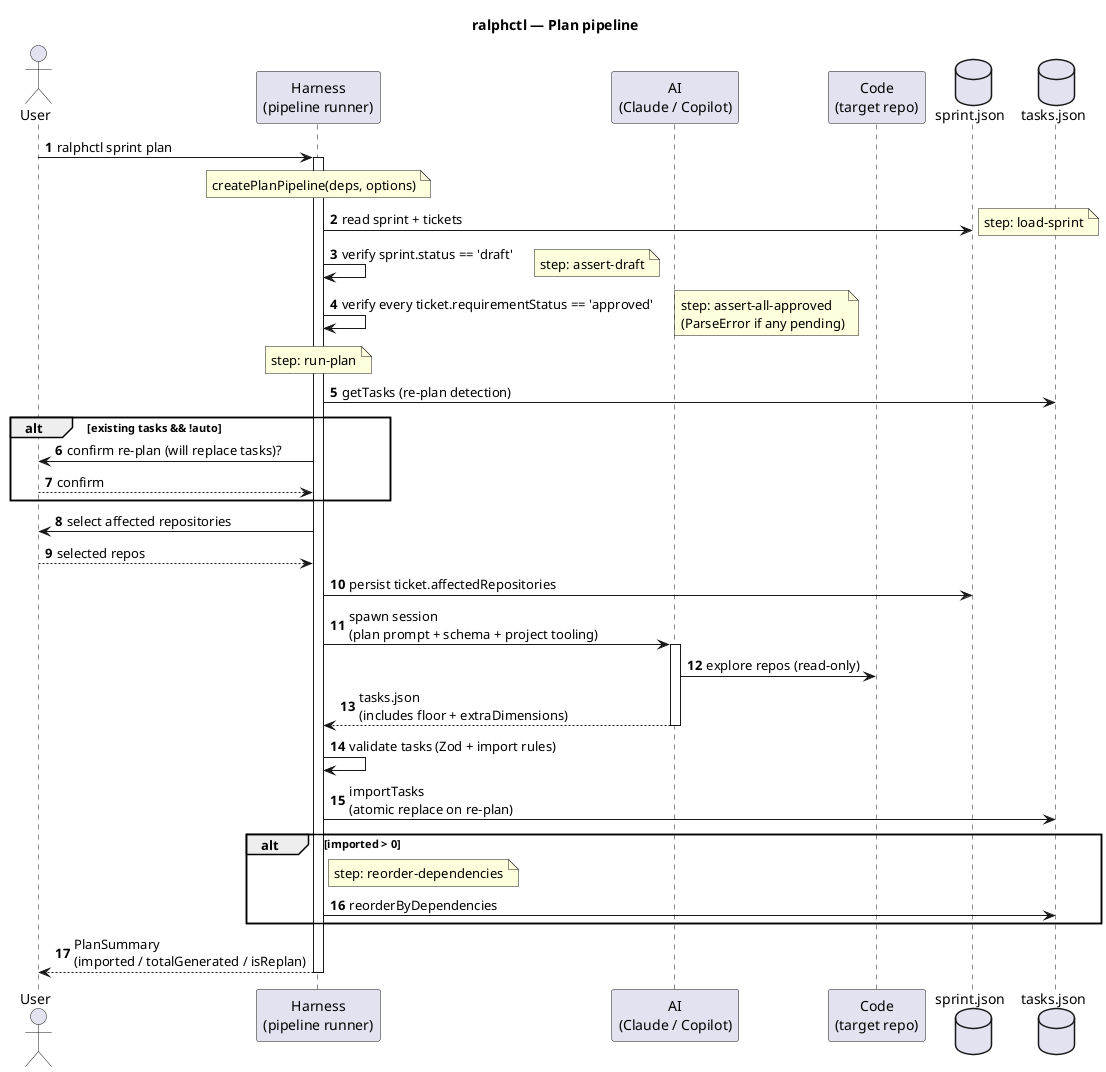
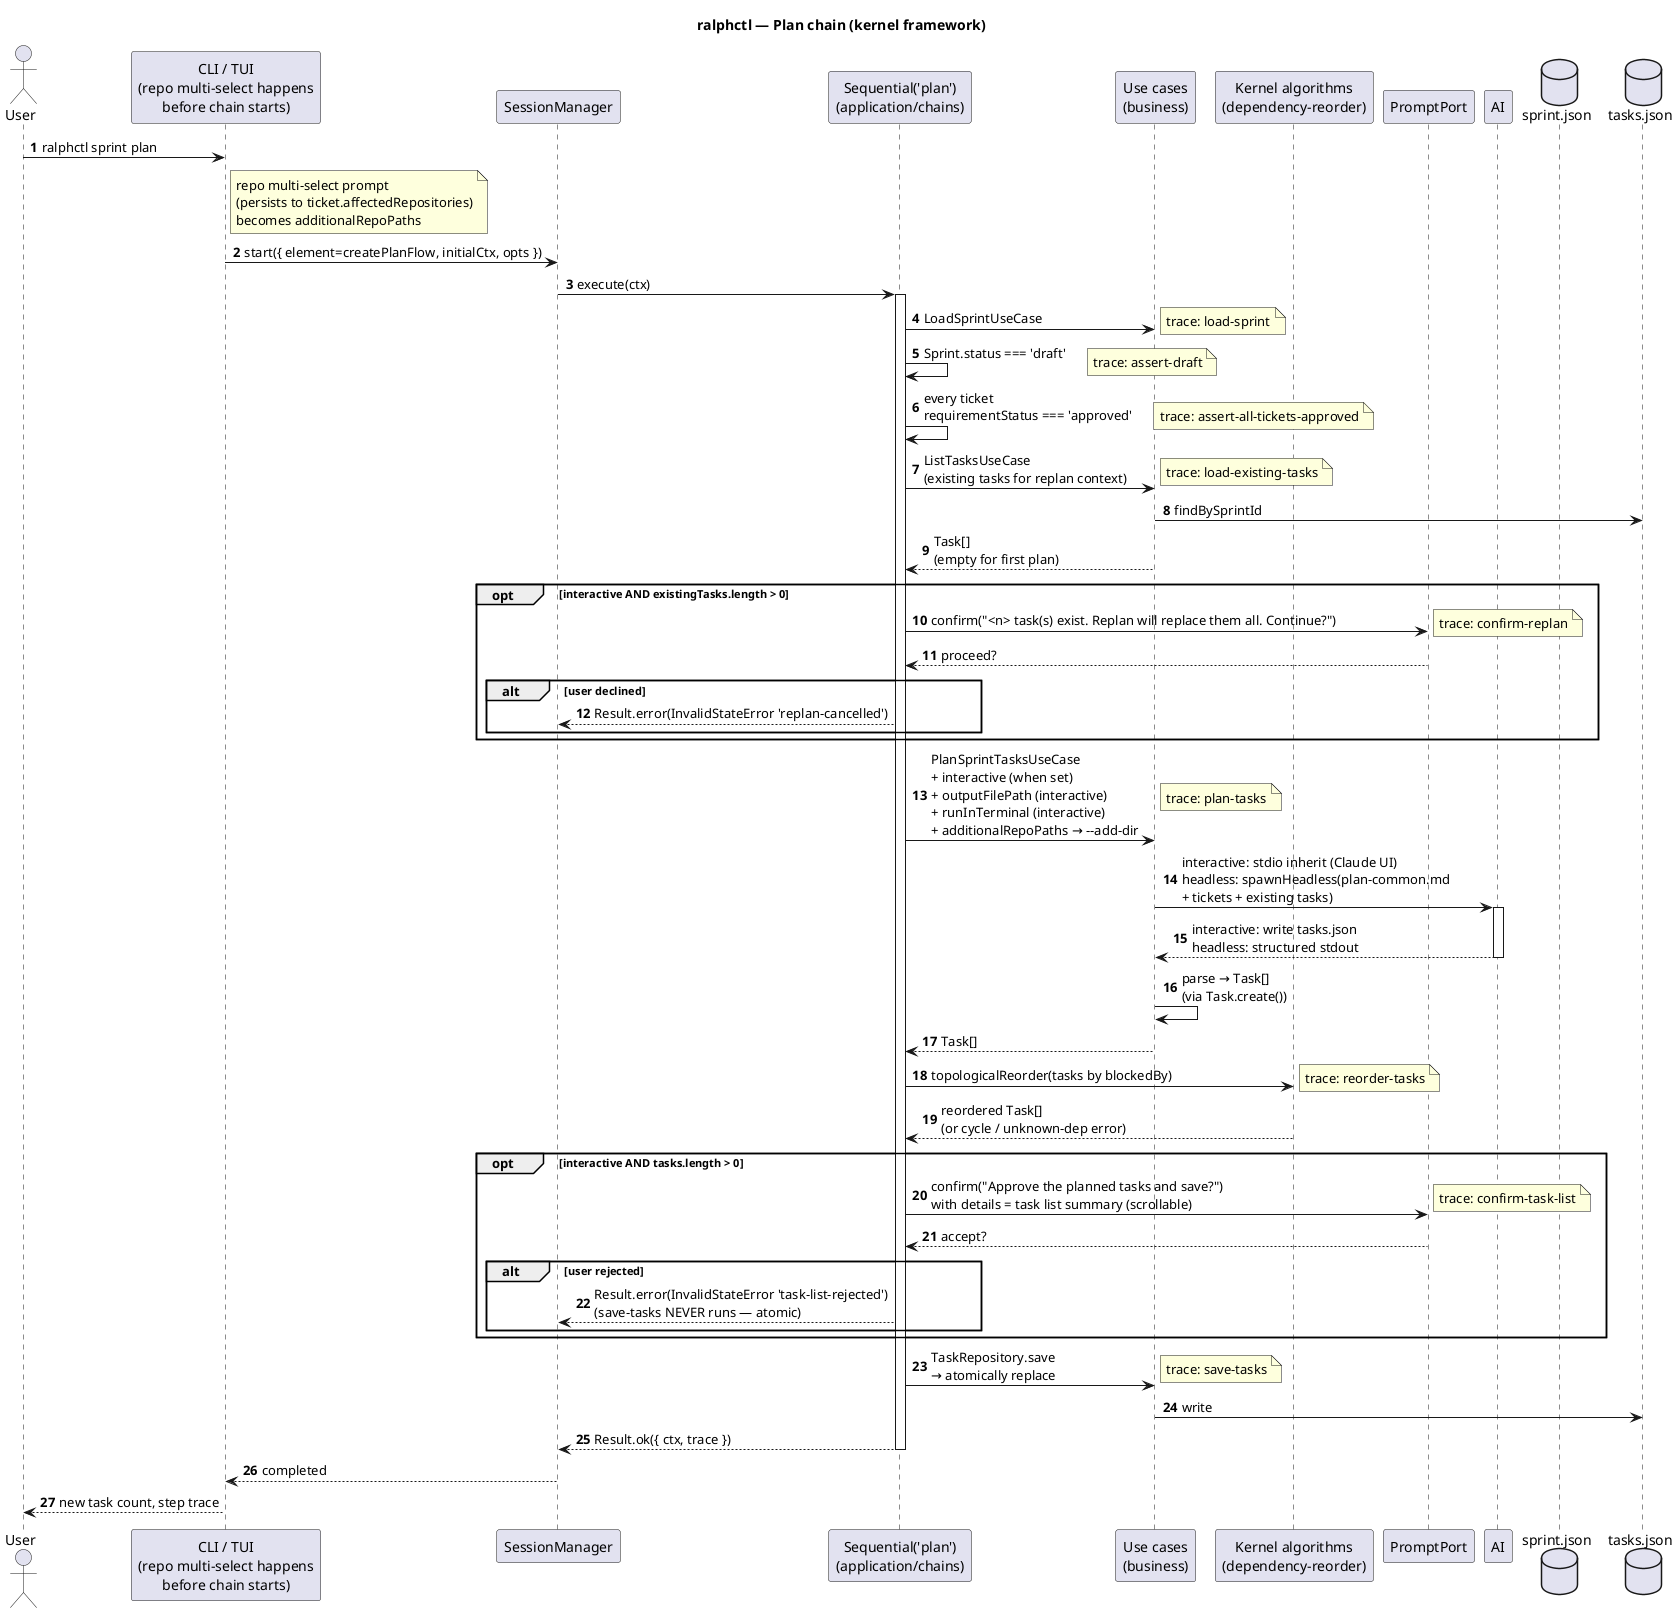
@startuml
- ' Plan pipeline — ralphctl sprint plan
- ' Definition: src/business/pipelines/plan.ts
- ' Step shape: load-sprint → assert-draft → assert-all-approved → run-plan → reorder-dependencies
- title ralphctl — Plan pipeline
+ ' Plan chain — ralphctl sprint plan
+ ' Factory: src/application/chains/plan/plan-flow.ts
+ ' Step trace: load-sprint → assert-draft → assert-all-tickets-approved →
+ '             load-existing-tasks → confirm-replan → plan-tasks →
+ '             reorder-tasks → confirm-task-list → save-tasks
+ title ralphctl — Plan chain (kernel framework)

autonumber

actor User
- participant Harness as "Harness\n(pipeline runner)"
- participant AI as "AI\n(Claude / Copilot)"
- participant Code as "Code\n(target repo)"
+ participant CLI as "CLI / TUI\n(repo multi-select happens\nbefore chain starts)"
+ participant SM as "SessionManager"
+ participant Chain as "Sequential('plan')\n(application/chains)"
+ participant UC as "Use cases\n(business)"
+ participant Algo as "Kernel algorithms\n(dependency-reorder)"
+ participant Prompt as "PromptPort"
+ participant AI as "AI"
database sprint.json
database tasks.json

- User -> Harness : ralphctl sprint plan
- activate Harness
+ User -> CLI : ralphctl sprint plan
+ note right of CLI: repo multi-select prompt\n(persists to ticket.affectedRepositories)\nbecomes additionalRepoPaths
+ CLI -> SM : start({ element=createPlanFlow, initialCtx, opts })
+ SM -> Chain : execute(ctx)
+ activate Chain

- note over Harness: createPlanPipeline(deps, options)
+ Chain -> UC : LoadSprintUseCase
+ note right: trace: load-sprint

- Harness -> sprint.json : read sprint + tickets
- note right: step: load-sprint
+ Chain -> Chain : Sprint.status === 'draft'
+ note right: trace: assert-draft

- Harness -> Harness : verify sprint.status == 'draft'
- note right: step: assert-draft
+ Chain -> Chain : every ticket\nrequirementStatus === 'approved'
+ note right: trace: assert-all-tickets-approved

- Harness -> Harness : verify every ticket.requirementStatus == 'approved'
- note right: step: assert-all-approved\n(ParseError if any pending)
+ Chain -> UC : ListTasksUseCase\n(existing tasks for replan context)
+ note right: trace: load-existing-tasks
+ UC -> tasks.json : findBySprintId
+ UC --> Chain : Task[]\n(empty for first plan)

- note over Harness: step: run-plan
- Harness -> tasks.json : getTasks (re-plan detection)
- 
- alt existing tasks && !auto
-     Harness -> User : confirm re-plan (will replace tasks)?
-     User --> Harness : confirm
+ opt interactive AND existingTasks.length > 0
+     Chain -> Prompt : confirm("<n> task(s) exist. Replan will replace them all. Continue?")
+     note right: trace: confirm-replan
+     Prompt --> Chain : proceed?
+     alt user declined
+         Chain --> SM : Result.error(InvalidStateError 'replan-cancelled')
+     end
end

- Harness -> User : select affected repositories
- User --> Harness : selected repos
- Harness -> sprint.json : persist ticket.affectedRepositories
+ Chain -> UC : PlanSprintTasksUseCase\n+ interactive (when set)\n+ outputFilePath (interactive)\n+ runInTerminal (interactive)\n+ additionalRepoPaths → --add-dir
+ note right: trace: plan-tasks
+ UC -> AI : interactive: stdio inherit (Claude UI)\nheadless: spawnHeadless(plan-common.md\n+ tickets + existing tasks)
+ activate AI
+ AI --> UC : interactive: write tasks.json\nheadless: structured stdout
+ deactivate AI
+ UC -> UC : parse → Task[]\n(via Task.create())
+ UC --> Chain : Task[]

- Harness -> AI : spawn session\n(plan prompt + schema + project tooling)
- activate AI
- AI -> Code : explore repos (read-only)
- AI --> Harness : tasks.json\n(includes floor + extraDimensions)
- deactivate AI
+ Chain -> Algo : topologicalReorder(tasks by blockedBy)
+ note right: trace: reorder-tasks
+ Algo --> Chain : reordered Task[]\n(or cycle / unknown-dep error)

- Harness -> Harness : validate tasks (Zod + import rules)
- Harness -> tasks.json : importTasks\n(atomic replace on re-plan)
- 
- alt imported > 0
-     note right of Harness: step: reorder-dependencies
-     Harness -> tasks.json : reorderByDependencies
+ opt interactive AND tasks.length > 0
+     Chain -> Prompt : confirm("Approve the planned tasks and save?")\nwith details = task list summary (scrollable)
+     note right: trace: confirm-task-list
+     Prompt --> Chain : accept?
+     alt user rejected
+         Chain --> SM : Result.error(InvalidStateError 'task-list-rejected')\n(save-tasks NEVER runs — atomic)
+     end
end

- Harness --> User : PlanSummary\n(imported / totalGenerated / isReplan)
- deactivate Harness
+ Chain -> UC : TaskRepository.save\n→ atomically replace
+ note right: trace: save-tasks
+ UC -> tasks.json : write
+ 
+ Chain --> SM : Result.ok({ ctx, trace })
+ deactivate Chain
+ SM --> CLI : completed
+ CLI --> User : new task count, step trace

@enduml
